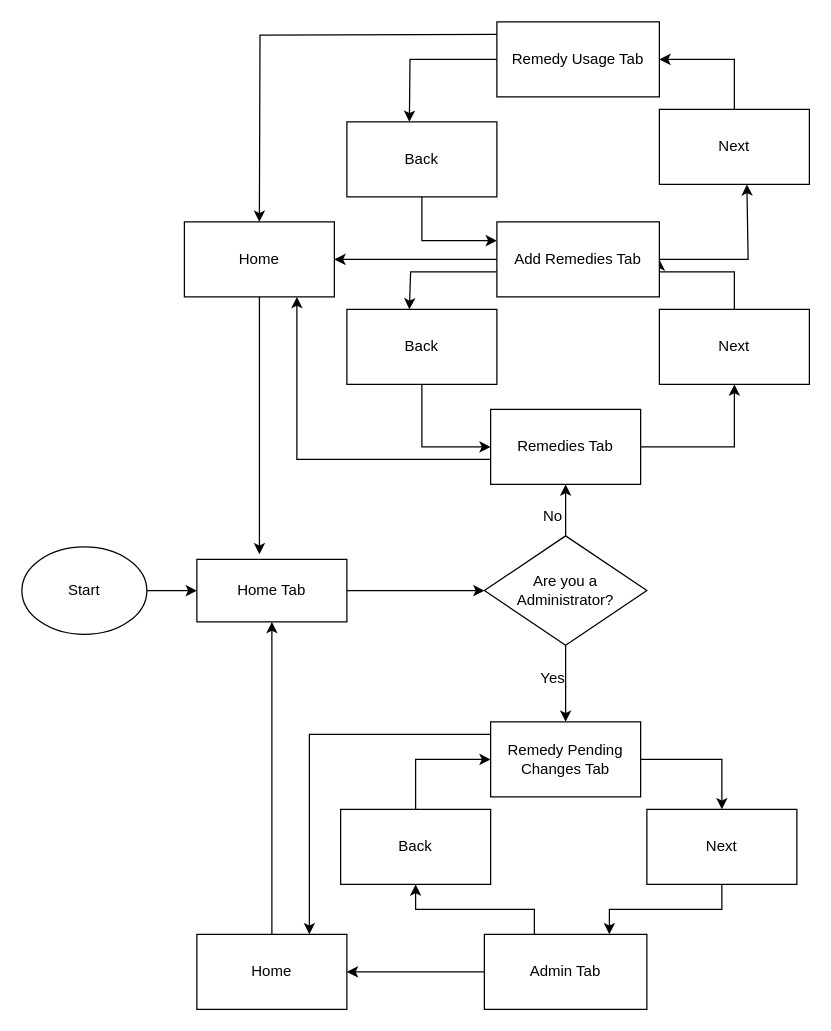
GustavJones/IT11-PAT-2024 keeps this draw.io diagram as IT11 PAT2024 Fase1_JonesGustav/Navigation.drawio. Above is the earlier version. Source tidied: cells renumbered, new cells numbered last; positions are measured from the earlier drawing's top-left corner, leaving out a move shared by most shapes. Both pictures are drawn from the tidied source at 125%, with x=0, y=0 at pixel (21, 21).
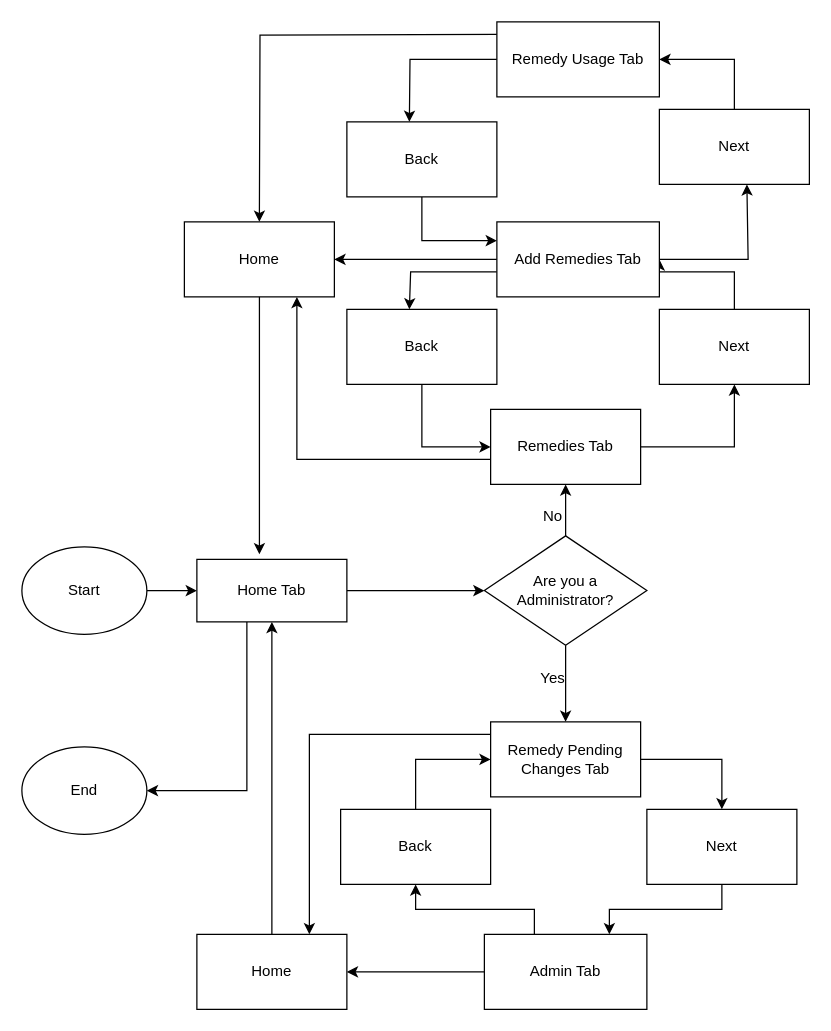
The same diagram, later.

The change refers to these unchanged cells:
```xml
<mxCell id="5" value="Home Tab" style="whiteSpace=wrap;html=1;" parent="1" vertex="1">
  <mxGeometry x="140" y="430" width="120" height="50" as="geometry" />
</mxCell>
```

The edit, as a diff of the source:
```diff
@@
+    <mxCell id="43" style="edgeStyle=orthogonalEdgeStyle;rounded=0;jettySize=auto;html=1;entryX=1;entryY=0.5;entryDx=0;entryDy=0;" parent="1" edge="1" source="5" target="44">
+      <mxGeometry relative="1" as="geometry">
+        <Array as="points">
+          <mxPoint x="180" y="615" />
+        </Array>
+      </mxGeometry>
+    </mxCell>
@@
+    <mxCell id="44" value="End" style="ellipse;whiteSpace=wrap;html=1;" parent="1" vertex="1">
+      <mxGeometry y="580" width="100" height="70" as="geometry" />
+    </mxCell>
```
